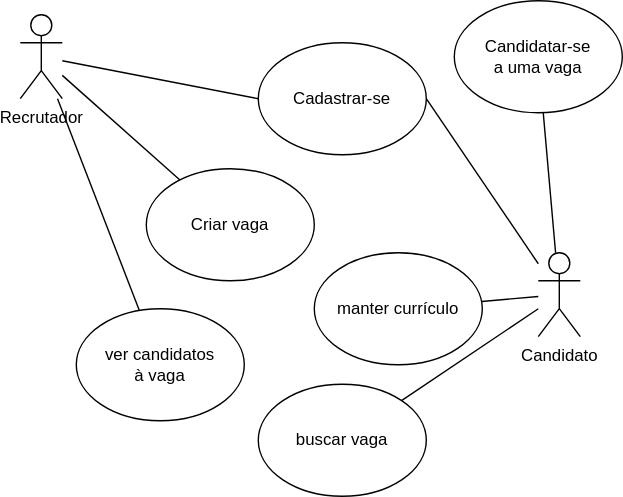
jonnathas/estudo keeps this draw.io diagram as vagas/diagramas/casos-de-uso.svg. Above is the earlier version. Source tidied: cells renumbered, new cells last; positions are measured from the earlier drawing's top-left corner, leaving out a move shared by most shapes.
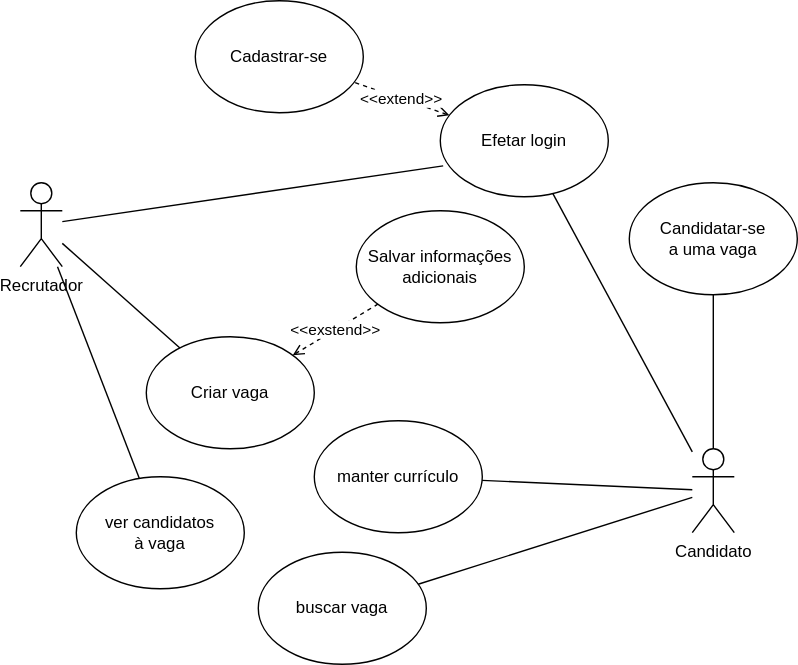
The same diagram one commit later.

Commit message:
refactor: separa os casos de uso 'login' e 'cadastrar-se', e tambem o 'publicar vaga' do 'Salvar informações adicionais'

Diff of the diagram source:
```diff
@@ -2,10 +2,13 @@
   <root>
     <mxCell id="0" />
     <mxCell id="1" parent="0" />
+    <mxCell id="17" value="&amp;lt;&amp;lt;extend&amp;gt;&amp;gt;" style="rounded=0;jettySize=auto;html=1;dashed=1;endArrow=none;endFill=0;startArrow=open;startFill=0;" parent="1" edge="1" source="2" target="19">
+      <mxGeometry relative="1" as="geometry" />
+    </mxCell>
-    <mxCell id="2" value="Cadastrar-se" style="ellipse;whiteSpace=wrap;html=1;" parent="1" vertex="1">
-      <mxGeometry x="170" y="30" width="120" height="80" as="geometry" />
+    <mxCell id="2" value="Efetar login" style="ellipse;whiteSpace=wrap;html=1;" parent="1" vertex="1">
+      <mxGeometry x="300" y="-60" width="120" height="80" as="geometry" />
     </mxCell>
-    <mxCell id="3" style="rounded=0;jettySize=auto;html=1;entryX=0;entryY=0.5;entryDx=0;entryDy=0;endArrow=none;endFill=0;" parent="1" edge="1" source="6" target="2">
+    <mxCell id="3" style="rounded=0;jettySize=auto;html=1;entryX=0.017;entryY=0.725;entryDx=0;entryDy=0;endArrow=none;endFill=0;entryPerimeter=0;" parent="1" edge="1" source="6" target="2">
       <mxGeometry relative="1" as="geometry" />
     </mxCell>
     <mxCell id="4" style="rounded=0;jettySize=auto;html=1;endArrow=none;endFill=0;" parent="1" edge="1" source="6" target="12">
@@ -17,7 +20,7 @@
     <mxCell id="6" value="Recrutador" style="shape=umlActor;verticalLabelPosition=bottom;verticalAlign=top;html=1;outlineConnect=0;" parent="1" vertex="1">
       <mxGeometry y="10" width="30" height="60" as="geometry" />
     </mxCell>
-    <mxCell id="7" style="rounded=0;jettySize=auto;html=1;entryX=1;entryY=0.5;entryDx=0;entryDy=0;endArrow=none;endFill=0;" parent="1" edge="1" source="11" target="2">
+    <mxCell id="7" style="rounded=0;jettySize=auto;html=1;endArrow=none;endFill=0;" parent="1" edge="1" source="11" target="2">
       <mxGeometry relative="1" as="geometry" />
     </mxCell>
     <mxCell id="8" style="edgeStyle=none;rounded=0;jettySize=auto;html=1;endArrow=none;endFill=0;" parent="1" edge="1" source="11" target="13">
@@ -30,13 +33,16 @@
       <mxGeometry relative="1" as="geometry" />
     </mxCell>
     <mxCell id="11" value="Candidato" style="shape=umlActor;verticalLabelPosition=bottom;verticalAlign=top;html=1;outlineConnect=0;" parent="1" vertex="1">
-      <mxGeometry x="370" y="180" width="30" height="60" as="geometry" />
+      <mxGeometry x="480" y="200" width="30" height="60" as="geometry" />
     </mxCell>
+    <mxCell id="18" value="&amp;lt;&amp;lt;exstend&amp;gt;&amp;gt;" style="edgeStyle=none;rounded=0;jettySize=auto;html=1;dashed=1;startArrow=open;startFill=0;endArrow=none;endFill=0;" parent="1" edge="1" source="12" target="20">
+      <mxGeometry relative="1" as="geometry" />
+    </mxCell>
     <mxCell id="12" value="Criar vaga" style="ellipse;whiteSpace=wrap;html=1;" parent="1" vertex="1">
       <mxGeometry x="90" y="120" width="120" height="80" as="geometry" />
     </mxCell>
     <mxCell id="13" value="Candidatar-se&lt;br&gt;a uma vaga" style="ellipse;whiteSpace=wrap;html=1;" parent="1" vertex="1">
-      <mxGeometry x="310" width="120" height="80" as="geometry" />
+      <mxGeometry x="435" y="10" width="120" height="80" as="geometry" />
     </mxCell>
     <mxCell id="14" value="manter currículo" style="ellipse;whiteSpace=wrap;html=1;" parent="1" vertex="1">
       <mxGeometry x="210" y="180" width="120" height="80" as="geometry" />
@@ -47,5 +53,11 @@
     <mxCell id="16" value="buscar vaga" style="ellipse;whiteSpace=wrap;html=1;" parent="1" vertex="1">
       <mxGeometry x="170" y="274" width="120" height="80" as="geometry" />
     </mxCell>
+    <mxCell id="19" value="Cadastrar-se" style="ellipse;whiteSpace=wrap;html=1;" parent="1" vertex="1">
+      <mxGeometry x="125" y="-120" width="120" height="80" as="geometry" />
+    </mxCell>
+    <mxCell id="20" value="Salvar informações adicionais" style="ellipse;whiteSpace=wrap;html=1;" parent="1" vertex="1">
+      <mxGeometry x="240" y="30" width="120" height="80" as="geometry" />
+    </mxCell>
   </root>
 </mxGraphModel>
```
